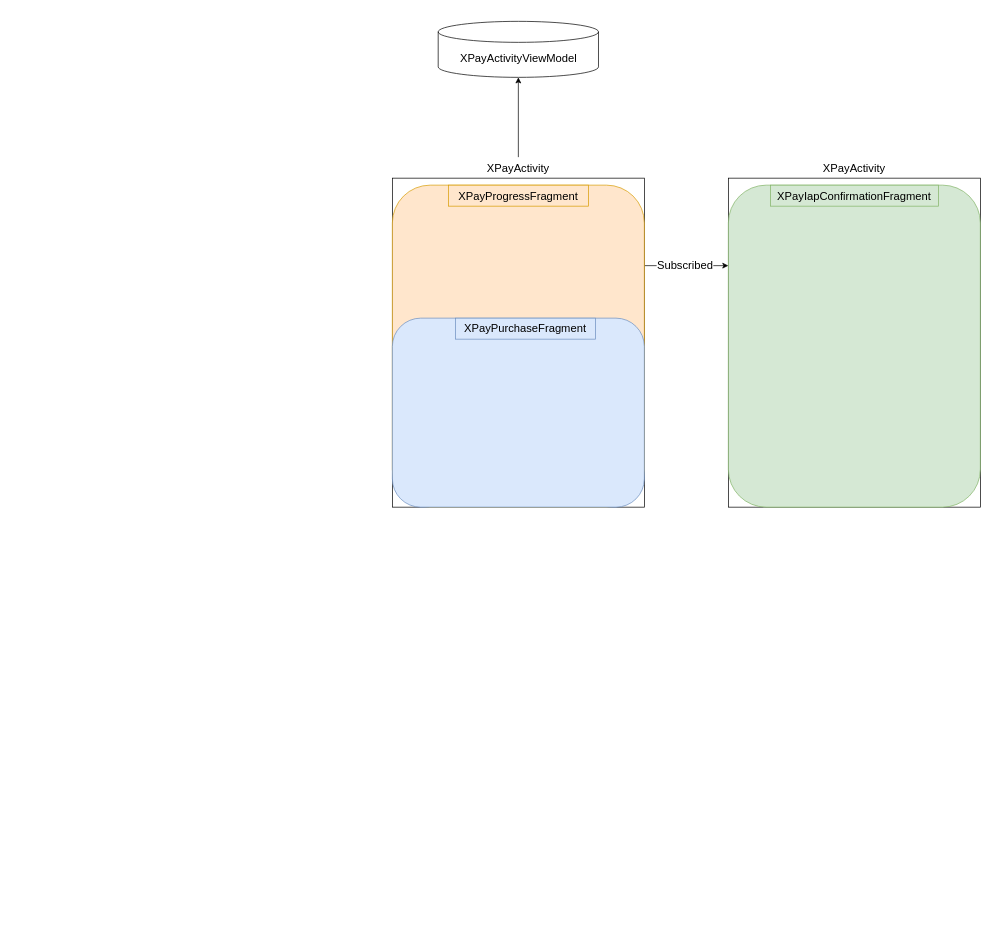
Above: page "第 2 页" (2 of 2) of copilot.drawio in lancelodliu/draw.io (draw.io), before the change. Source tidied: cells renumbered, new cells numbered last; positions are measured from the earlier drawing's top-left corner, leaving out a move shared by most shapes. Both pictures are drawn from the tidied source at 70%, with x=0, y=0 at pixel (392, 21).
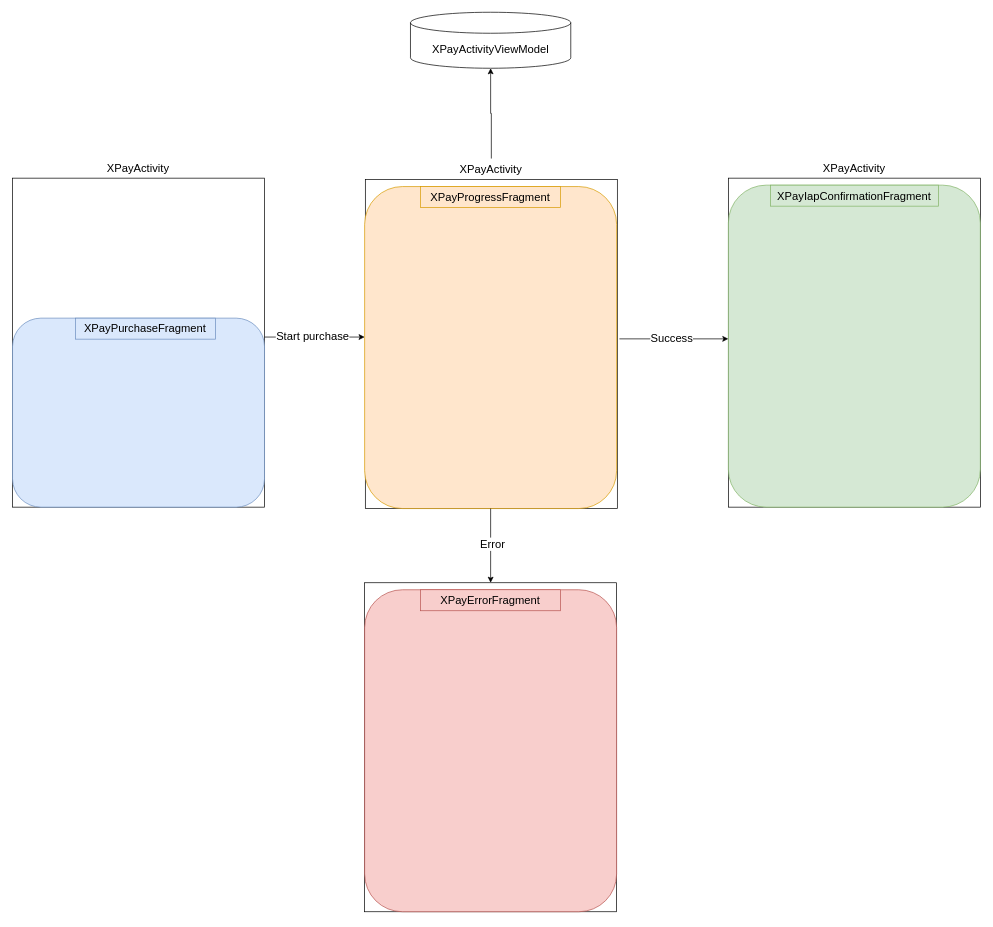
Above is the later version.

The change refers to these unchanged cells:
```xml
<mxCell id="13" style="rounded=1;whiteSpace=wrap;html=1;fillColor=#d5e8d4;strokeColor=#82b366;" parent="1" vertex="1">
  <mxGeometry x="480" y="234" width="360" height="460" as="geometry" />
</mxCell>
```

Change to the diagram source:
```diff
@@
+    <mxCell id="16" style="group;" parent="1" vertex="1">
+      <mxGeometry x="-542.6" y="194" width="360" height="500" as="geometry" />
+    </mxCell>
+    <mxCell id="4" style="rounded=0;whiteSpace=wrap;html=1;" parent="16" vertex="1">
+      <mxGeometry y="30" width="360" height="470" as="geometry" />
+    </mxCell>
+    <mxCell id="6" value="XPayActivity" style="text;html=1;align=center;verticalAlign=middle;whiteSpace=wrap;rounded=0;fontSize=16;" parent="16" vertex="1">
+      <mxGeometry x="130" width="100" height="30" as="geometry" />
+    </mxCell>
@@
-    <mxCell id="4" style="rounded=0;whiteSpace=wrap;html=1;" parent="1" vertex="1">
-      <mxGeometry y="224" width="360" height="470" as="geometry" />
-    </mxCell>
-    <mxCell id="5" style="edgeStyle=orthogonalEdgeStyle;rounded=0;jettySize=auto;html=1;" parent="1" edge="1" source="6" target="15">
+    <mxCell id="5" style="edgeStyle=orthogonalEdgeStyle;rounded=0;jettySize=auto;html=1;exitX=0.5;exitY=0;exitDx=0;exitDy=0;" parent="1" edge="1" source="20" target="15">
       <mxGeometry relative="1" as="geometry" />
     </mxCell>
-    <mxCell id="6" value="XPayActivity" style="text;html=1;align=center;verticalAlign=middle;whiteSpace=wrap;rounded=0;fontSize=16;" parent="1" vertex="1">
-      <mxGeometry x="130" y="194" width="100" height="30" as="geometry" />
-    </mxCell>
-    <mxCell id="7" style="edgeStyle=orthogonalEdgeStyle;rounded=0;jettySize=auto;html=1;exitX=1;exitY=0.25;exitDx=0;exitDy=0;entryX=0;entryY=0.25;entryDx=0;entryDy=0;" parent="1" edge="1" source="9" target="13">
-      <mxGeometry relative="1" as="geometry" />
+    <mxCell id="7" style="edgeStyle=orthogonalEdgeStyle;rounded=0;orthogonalLoop=1;jettySize=auto;html=1;entryX=0;entryY=0.25;entryDx=0;entryDy=0;" parent="1" edge="1">
+      <mxGeometry relative="1" as="geometry">
+        <mxPoint x="324.4" y="453.6" as="sourcePoint" />
+        <mxPoint x="480" y="453.6" as="targetPoint" />
+      </mxGeometry>
     </mxCell>
-    <mxCell id="8" value="Subscribed" style="edgeLabel;html=1;align=center;verticalAlign=middle;fontSize=16;" parent="7" vertex="1">
+    <mxCell id="8" value="Success" style="edgeLabel;html=1;align=center;verticalAlign=middle;fontSize=16;" parent="7" vertex="1">
       <mxGeometry x="-0.05" y="2" relative="1" as="geometry" />
     </mxCell>
-    <mxCell id="9" style="rounded=1;whiteSpace=wrap;html=1;fillColor=#ffe6cc;strokeColor=#d79b00;" parent="1" vertex="1">
-      <mxGeometry y="234" width="360" height="460" as="geometry" />
-    </mxCell>
-    <mxCell id="10" style="rounded=1;whiteSpace=wrap;html=1;fillColor=#dae8fc;strokeColor=#6c8ebf;" parent="1" vertex="1">
-      <mxGeometry y="424" width="360" height="270" as="geometry" />
-    </mxCell>
-    <mxCell id="11" value="XPayPurchaseFragment" style="text;html=1;align=center;verticalAlign=middle;whiteSpace=wrap;rounded=0;fillColor=#dae8fc;strokeColor=#6c8ebf;fontSize=16;" parent="1" vertex="1">
-      <mxGeometry x="90" y="424" width="200" height="30" as="geometry" />
-    </mxCell>
-    <mxCell id="12" value="XPayProgressFragment" style="text;html=1;align=center;verticalAlign=middle;whiteSpace=wrap;rounded=0;fillColor=#ffe6cc;strokeColor=#d79b00;fontSize=16;" parent="1" vertex="1">
-      <mxGeometry x="80" y="234" width="200" height="30" as="geometry" />
-    </mxCell>
@@
     <mxCell id="15" value="XPayActivityViewModel" style="shape=cylinder3;whiteSpace=wrap;html=1;boundedLbl=1;backgroundOutline=1;size=15;fontSize=16;" parent="1" vertex="1">
-      <mxGeometry x="65.5" width="229" height="80" as="geometry" />
+      <mxGeometry x="25.9" y="-13" width="229" height="80" as="geometry" />
     </mxCell>
+    <mxCell id="17" style="group;" parent="1" vertex="1">
+      <mxGeometry x="-542.6" y="424" width="360" height="270" as="geometry" />
+    </mxCell>
+    <mxCell id="10" style="rounded=1;whiteSpace=wrap;html=1;fillColor=#dae8fc;strokeColor=#6c8ebf;" parent="17" vertex="1">
+      <mxGeometry width="360" height="270" as="geometry" />
+    </mxCell>
+    <mxCell id="11" value="XPayPurchaseFragment" style="text;html=1;align=center;verticalAlign=middle;whiteSpace=wrap;rounded=0;fillColor=#dae8fc;strokeColor=#6c8ebf;fontSize=16;" parent="17" vertex="1">
+      <mxGeometry x="90" width="200" height="30" as="geometry" />
+    </mxCell>
+    <mxCell id="18" style="group;" parent="1" vertex="1">
+      <mxGeometry x="-38.6" y="196" width="360" height="516" as="geometry" />
+    </mxCell>
+    <mxCell id="19" style="rounded=0;whiteSpace=wrap;html=1;" parent="18" vertex="1">
+      <mxGeometry y="30" width="360" height="470" as="geometry" />
+    </mxCell>
+    <mxCell id="20" value="XPayActivity" style="text;html=1;align=center;verticalAlign=middle;whiteSpace=wrap;rounded=0;fontSize=16;" parent="18" vertex="1">
+      <mxGeometry x="130" width="100" height="30" as="geometry" />
+    </mxCell>
+    <mxCell id="21" style="group;" parent="18" vertex="1">
+      <mxGeometry x="-1" y="37" width="360" height="467" as="geometry" />
+    </mxCell>
+    <mxCell id="9" style="rounded=1;whiteSpace=wrap;html=1;fillColor=#ffe6cc;strokeColor=#d79b00;" parent="21" vertex="1">
+      <mxGeometry y="3" width="360" height="460" as="geometry" />
+    </mxCell>
+    <mxCell id="12" value="XPayProgressFragment" style="text;html=1;align=center;verticalAlign=middle;whiteSpace=wrap;rounded=0;fillColor=#ffe6cc;strokeColor=#d79b00;fontSize=16;" parent="21" vertex="1">
+      <mxGeometry x="80" y="3" width="200" height="30" as="geometry" />
+    </mxCell>
+    <mxCell id="22" style="edgeStyle=orthogonalEdgeStyle;rounded=0;orthogonalLoop=1;jettySize=auto;html=1;" parent="1" edge="1">
+      <mxGeometry relative="1" as="geometry">
+        <mxPoint x="-182.6" y="451" as="sourcePoint" />
+        <mxPoint x="-39.6" y="451" as="targetPoint" />
+      </mxGeometry>
+    </mxCell>
+    <mxCell id="23" value="Start purchase" style="edgeLabel;html=1;align=center;verticalAlign=middle;fontSize=16;" parent="22" vertex="1">
+      <mxGeometry x="-0.05" y="2" relative="1" as="geometry" />
+    </mxCell>
+    <mxCell id="24" style="rounded=0;whiteSpace=wrap;html=1;" parent="1" vertex="1">
+      <mxGeometry x="-39.6" y="802" width="360" height="470" as="geometry" />
+    </mxCell>
+    <mxCell id="25" style="group;" parent="1" vertex="1">
+      <mxGeometry x="-39.6" y="809" width="360" height="467" as="geometry" />
+    </mxCell>
+    <mxCell id="26" style="rounded=1;whiteSpace=wrap;html=1;fillColor=#f8cecc;strokeColor=#b85450;" parent="25" vertex="1">
+      <mxGeometry y="3" width="360" height="460" as="geometry" />
+    </mxCell>
+    <mxCell id="27" value="XPayErrorFragment" style="text;html=1;align=center;verticalAlign=middle;whiteSpace=wrap;rounded=0;fillColor=#f8cecc;strokeColor=#b85450;fontSize=16;" parent="25" vertex="1">
+      <mxGeometry x="80" y="3" width="200" height="30" as="geometry" />
+    </mxCell>
+    <mxCell id="28" style="edgeStyle=orthogonalEdgeStyle;rounded=0;jettySize=auto;html=1;exitX=0.5;exitY=1;exitDx=0;exitDy=0;entryX=0.5;entryY=0;entryDx=0;entryDy=0;" parent="1" edge="1" source="9" target="24">
+      <mxGeometry relative="1" as="geometry" />
+    </mxCell>
+    <mxCell id="29" value="Error" style="edgeLabel;html=1;align=center;verticalAlign=middle;fontSize=16;" parent="28" vertex="1">
+      <mxGeometry x="-0.06" y="2" relative="1" as="geometry" />
+    </mxCell>
```
